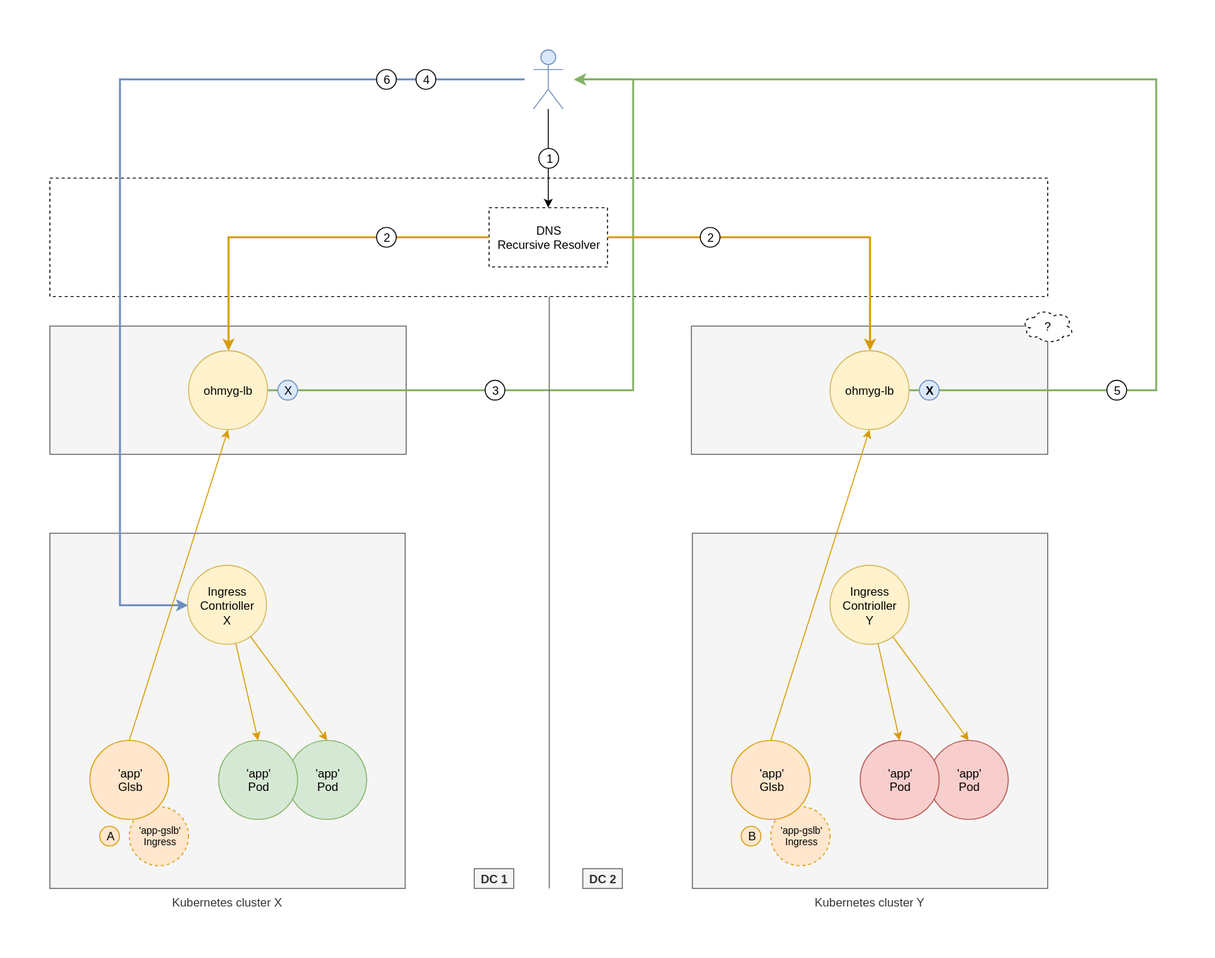
k8gb-io/k8gb keeps this draw.io diagram as docs/images/gslb-unhealthy-multi-cluster.svg. Above is the earlier version. Source tidied: cells renumbered, new cells last; positions are measured from the earlier drawing's top-left corner, leaving out a move shared by most shapes.
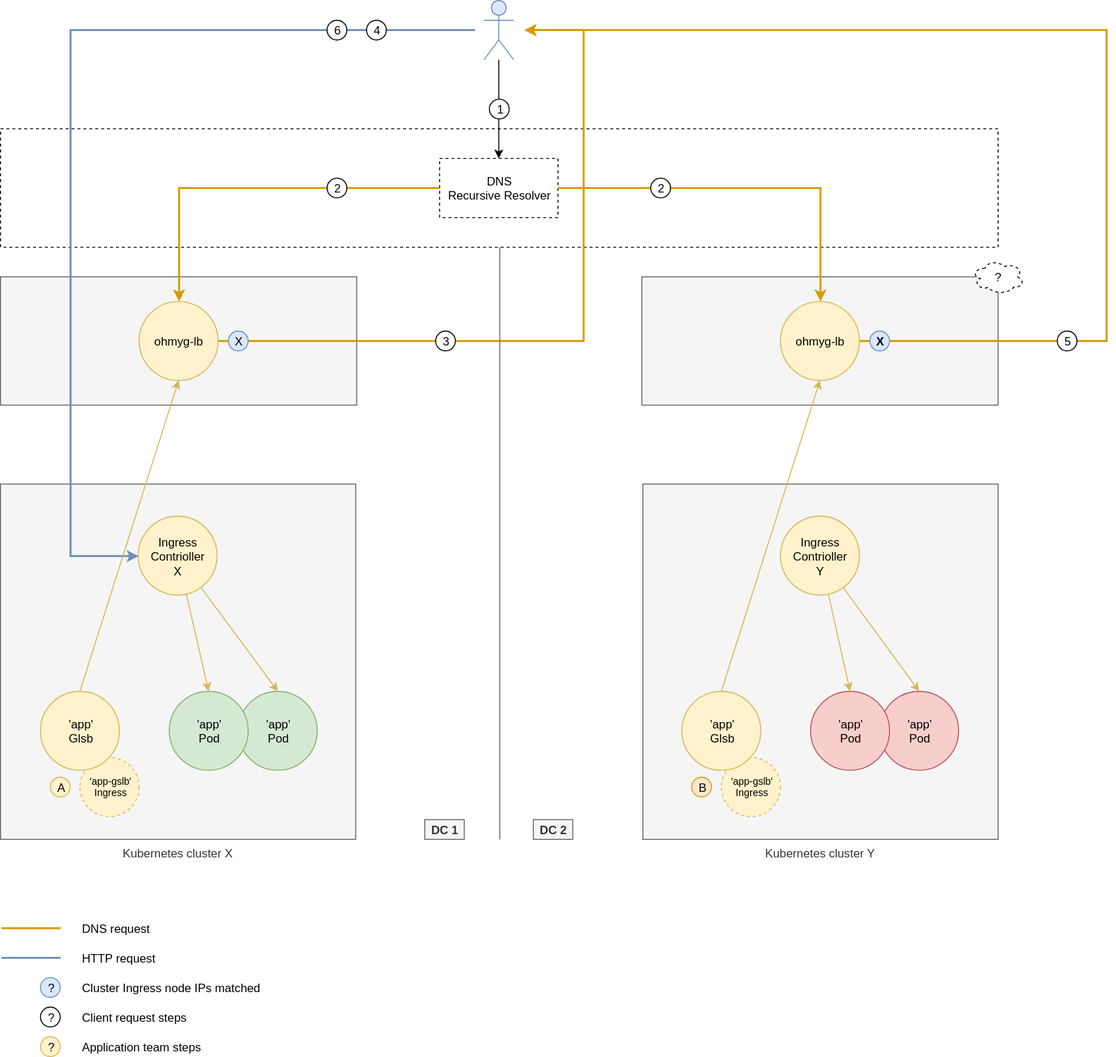
After the commit.

Change to the diagram source:
```diff
@@ -26,13 +26,13 @@
     <mxCell id="9" value="'app'&lt;br&gt;Pod" style="ellipse;whiteSpace=wrap;html=1;fillColor=#d5e8d4;strokeColor=#82b366;" parent="1" vertex="1">
       <mxGeometry x="241" y="700" width="80" height="80" as="geometry" />
     </mxCell>
-    <mxCell id="10" style="edgeStyle=none;rounded=0;jettySize=auto;html=1;entryX=0.5;entryY=0;entryDx=0;entryDy=0;fillColor=#ffe6cc;strokeColor=#d79b00;" parent="1" edge="1" source="8" target="9">
+    <mxCell id="10" style="edgeStyle=none;rounded=0;jettySize=auto;html=1;entryX=0.5;entryY=0;entryDx=0;entryDy=0;fillColor=#fff2cc;strokeColor=#d6b656;" parent="1" edge="1" source="8" target="9">
       <mxGeometry relative="1" as="geometry" />
     </mxCell>
     <mxCell id="11" value="'app'&lt;br&gt;Pod" style="ellipse;whiteSpace=wrap;html=1;fillColor=#d5e8d4;strokeColor=#82b366;" parent="1" vertex="1">
       <mxGeometry x="171" y="700" width="80" height="80" as="geometry" />
     </mxCell>
-    <mxCell id="12" style="rounded=0;jettySize=auto;html=1;entryX=0.5;entryY=0;entryDx=0;entryDy=0;fillColor=#ffe6cc;strokeColor=#d79b00;" parent="1" edge="1" source="8" target="11">
+    <mxCell id="12" style="rounded=0;jettySize=auto;html=1;entryX=0.5;entryY=0;entryDx=0;entryDy=0;fillColor=#fff2cc;strokeColor=#d6b656;" parent="1" edge="1" source="8" target="11">
       <mxGeometry relative="1" as="geometry" />
     </mxCell>
     <mxCell id="13" style="rounded=0;whiteSpace=wrap;html=1;fillColor=#f5f5f5;strokeColor=#666666;fontColor=#333333;" parent="1" vertex="1">
@@ -59,7 +59,7 @@
         </Array>
       </mxGeometry>
     </mxCell>
-    <mxCell id="19" style="edgeStyle=orthogonalEdgeStyle;rounded=0;jettySize=auto;html=1;exitX=1;exitY=0.5;exitDx=0;exitDy=0;fillColor=#d5e8d4;strokeColor=#82b366;strokeWidth=2;" parent="1" edge="1" source="14">
+    <mxCell id="19" style="edgeStyle=orthogonalEdgeStyle;rounded=0;jettySize=auto;html=1;exitX=1;exitY=0.5;exitDx=0;exitDy=0;fillColor=#ffe6cc;strokeColor=#d79b00;strokeWidth=2;" parent="1" edge="1" source="14">
       <mxGeometry relative="1" as="geometry">
         <mxPoint x="531" y="30" as="targetPoint" />
         <Array as="points">
@@ -105,16 +105,16 @@
     <mxCell id="29" value="?" style="ellipse;shape=cloud;whiteSpace=wrap;html=1;dashed=1;" parent="1" vertex="1">
       <mxGeometry x="984.5" y="262.5" width="53" height="35" as="geometry" />
     </mxCell>
-    <mxCell id="30" value="A" style="ellipse;whiteSpace=wrap;html=1;fillColor=#ffe6cc;strokeColor=#d79b00;" parent="1" vertex="1">
+    <mxCell id="30" value="A" style="ellipse;whiteSpace=wrap;html=1;fillColor=#fff2cc;strokeColor=#d6b656;" parent="1" vertex="1">
       <mxGeometry x="50.5" y="787" width="20" height="20" as="geometry" />
     </mxCell>
-    <mxCell id="31" value="'app-gslb'&lt;br style=&quot;font-size: 10px;&quot;&gt;Ingress" style="ellipse;whiteSpace=wrap;html=1;fillColor=#ffe6cc;strokeColor=#d79b00;fontSize=10;dashed=1;" parent="1" vertex="1">
+    <mxCell id="31" value="'app-gslb'&lt;br style=&quot;font-size: 10px;&quot;&gt;Ingress" style="ellipse;whiteSpace=wrap;html=1;fillColor=#fff2cc;strokeColor=#d6b656;fontSize=10;dashed=1;" parent="1" vertex="1">
       <mxGeometry x="80.5" y="767" width="60" height="60" as="geometry" />
     </mxCell>
-    <mxCell id="32" style="edgeStyle=none;rounded=0;jettySize=auto;html=1;exitX=0.5;exitY=0;exitDx=0;exitDy=0;entryX=0.5;entryY=1;entryDx=0;entryDy=0;strokeWidth=1;fontSize=10;fillColor=#ffe6cc;strokeColor=#d79b00;" parent="1" edge="1" source="33" target="14">
+    <mxCell id="32" style="edgeStyle=none;rounded=0;jettySize=auto;html=1;exitX=0.5;exitY=0;exitDx=0;exitDy=0;entryX=0.5;entryY=1;entryDx=0;entryDy=0;strokeWidth=1;fontSize=10;fillColor=#fff2cc;strokeColor=#d6b656;" parent="1" edge="1" source="33" target="14">
       <mxGeometry relative="1" as="geometry" />
     </mxCell>
-    <mxCell id="33" value="'app'&lt;br&gt;Glsb" style="ellipse;whiteSpace=wrap;html=1;fillColor=#ffe6cc;strokeColor=#d79b00;" parent="1" vertex="1">
+    <mxCell id="33" value="'app'&lt;br&gt;Glsb" style="ellipse;whiteSpace=wrap;html=1;fillColor=#fff2cc;strokeColor=#d6b656;" parent="1" vertex="1">
       <mxGeometry x="40.5" y="700" width="80" height="80" as="geometry" />
     </mxCell>
     <mxCell id="34" value="Kubernetes cluster Y" style="rounded=0;whiteSpace=wrap;html=1;fillColor=#f5f5f5;strokeColor=#666666;fontColor=#333333;labelPosition=center;verticalLabelPosition=bottom;align=center;verticalAlign=top;" parent="1" vertex="1">
@@ -126,31 +126,31 @@
     <mxCell id="36" value="'app'&lt;br&gt;Pod" style="ellipse;whiteSpace=wrap;html=1;fillColor=#f8cecc;strokeColor=#b85450;" parent="1" vertex="1">
       <mxGeometry x="891" y="700" width="80" height="80" as="geometry" />
     </mxCell>
-    <mxCell id="37" style="edgeStyle=none;rounded=0;jettySize=auto;html=1;entryX=0.5;entryY=0;entryDx=0;entryDy=0;fillColor=#ffe6cc;strokeColor=#d79b00;" parent="1" edge="1" source="35" target="36">
+    <mxCell id="37" style="edgeStyle=none;rounded=0;jettySize=auto;html=1;entryX=0.5;entryY=0;entryDx=0;entryDy=0;fillColor=#fff2cc;strokeColor=#d6b656;" parent="1" edge="1" source="35" target="36">
       <mxGeometry relative="1" as="geometry" />
     </mxCell>
     <mxCell id="38" value="'app'&lt;br&gt;Pod" style="ellipse;whiteSpace=wrap;html=1;fillColor=#f8cecc;strokeColor=#b85450;" parent="1" vertex="1">
       <mxGeometry x="821" y="700" width="80" height="80" as="geometry" />
     </mxCell>
-    <mxCell id="39" style="rounded=0;jettySize=auto;html=1;entryX=0.5;entryY=0;entryDx=0;entryDy=0;fillColor=#ffe6cc;strokeColor=#d79b00;" parent="1" edge="1" source="35" target="38">
+    <mxCell id="39" style="rounded=0;jettySize=auto;html=1;entryX=0.5;entryY=0;entryDx=0;entryDy=0;fillColor=#fff2cc;strokeColor=#d6b656;" parent="1" edge="1" source="35" target="38">
       <mxGeometry relative="1" as="geometry" />
     </mxCell>
     <mxCell id="40" value="B" style="ellipse;whiteSpace=wrap;html=1;fillColor=#ffe6cc;strokeColor=#d79b00;" parent="1" vertex="1">
       <mxGeometry x="700.5" y="787" width="20" height="20" as="geometry" />
     </mxCell>
-    <mxCell id="41" value="'app-gslb'&lt;br style=&quot;font-size: 10px;&quot;&gt;Ingress" style="ellipse;whiteSpace=wrap;html=1;fillColor=#ffe6cc;strokeColor=#d79b00;fontSize=10;dashed=1;" parent="1" vertex="1">
+    <mxCell id="41" value="'app-gslb'&lt;br style=&quot;font-size: 10px;&quot;&gt;Ingress" style="ellipse;whiteSpace=wrap;html=1;fillColor=#fff2cc;strokeColor=#d6b656;fontSize=10;dashed=1;" parent="1" vertex="1">
       <mxGeometry x="730.5" y="767" width="60" height="60" as="geometry" />
     </mxCell>
-    <mxCell id="42" value="'app'&lt;br&gt;Glsb" style="ellipse;whiteSpace=wrap;html=1;fillColor=#ffe6cc;strokeColor=#d79b00;" parent="1" vertex="1">
+    <mxCell id="42" value="'app'&lt;br&gt;Glsb" style="ellipse;whiteSpace=wrap;html=1;fillColor=#fff2cc;strokeColor=#d6b656;" parent="1" vertex="1">
       <mxGeometry x="690.5" y="700" width="80" height="80" as="geometry" />
     </mxCell>
-    <mxCell id="43" style="edgeStyle=none;rounded=0;jettySize=auto;html=1;exitX=0.5;exitY=0;exitDx=0;exitDy=0;entryX=0.5;entryY=1;entryDx=0;entryDy=0;strokeWidth=1;fontSize=10;fillColor=#ffe6cc;strokeColor=#d79b00;" parent="1" edge="1" source="42" target="17">
+    <mxCell id="43" style="edgeStyle=none;rounded=0;jettySize=auto;html=1;exitX=0.5;exitY=0;exitDx=0;exitDy=0;entryX=0.5;entryY=1;entryDx=0;entryDy=0;strokeWidth=1;fontSize=10;fillColor=#fff2cc;strokeColor=#d6b656;" parent="1" edge="1" source="42" target="17">
       <mxGeometry relative="1" as="geometry" />
     </mxCell>
     <mxCell id="44" value="2" style="ellipse;whiteSpace=wrap;html=1;fillColor=#FFFFFF;" parent="1" vertex="1">
       <mxGeometry x="659" y="180" width="20" height="20" as="geometry" />
     </mxCell>
-    <mxCell id="45" style="edgeStyle=orthogonalEdgeStyle;rounded=0;orthogonalLoop=1;jettySize=auto;html=1;fillColor=#d5e8d4;strokeColor=#82b366;strokeWidth=2;" parent="1" edge="1">
+    <mxCell id="45" style="edgeStyle=orthogonalEdgeStyle;rounded=0;orthogonalLoop=1;jettySize=auto;html=1;fillColor=#ffe6cc;strokeColor=#d79b00;strokeWidth=2;" parent="1" edge="1">
       <mxGeometry relative="1" as="geometry">
         <mxPoint x="871" y="345" as="sourcePoint" />
         <mxPoint x="531" y="30" as="targetPoint" />
@@ -170,5 +170,56 @@
     <mxCell id="48" value="4" style="ellipse;whiteSpace=wrap;html=1;fillColor=#FFFFFF;" parent="1" vertex="1">
       <mxGeometry x="371" y="20" width="20" height="20" as="geometry" />
     </mxCell>
+    <mxCell id="49" style="group;" parent="1" vertex="1">
+      <mxGeometry x="1" y="960" width="201" height="20" as="geometry" />
+    </mxCell>
+    <mxCell id="50" style="endArrow=none;html=1;fillColor=#dae8fc;strokeColor=#6c8ebf;strokeWidth=2;" parent="49" edge="1">
+      <mxGeometry relative="1" as="geometry">
+        <mxPoint y="10" as="sourcePoint" />
+        <mxPoint x="60" y="10" as="targetPoint" />
+      </mxGeometry>
+    </mxCell>
+    <mxCell id="51" value="HTTP request" style="text;html=1;strokeColor=none;fillColor=none;align=left;verticalAlign=middle;whiteSpace=wrap;rounded=0;" parent="49" vertex="1">
+      <mxGeometry x="80" width="121" height="20" as="geometry" />
+    </mxCell>
+    <mxCell id="52" style="group;" parent="1" vertex="1">
+      <mxGeometry x="1" y="930" width="201" height="20" as="geometry" />
+    </mxCell>
+    <mxCell id="53" style="endArrow=none;html=1;fillColor=#ffe6cc;strokeColor=#d79b00;strokeWidth=2;" parent="52" edge="1">
+      <mxGeometry relative="1" as="geometry">
+        <mxPoint y="10" as="sourcePoint" />
+        <mxPoint x="60" y="10" as="targetPoint" />
+      </mxGeometry>
+    </mxCell>
+    <mxCell id="54" value="DNS request" style="text;html=1;strokeColor=none;fillColor=none;align=left;verticalAlign=middle;whiteSpace=wrap;rounded=0;" parent="52" vertex="1">
+      <mxGeometry x="80" width="121" height="20" as="geometry" />
+    </mxCell>
+    <mxCell id="55" style="group;" parent="1" vertex="1">
+      <mxGeometry x="40.5" y="990" width="240.5" height="20" as="geometry" />
+    </mxCell>
+    <mxCell id="56" value="?" style="ellipse;whiteSpace=wrap;html=1;fillColor=#dae8fc;strokeColor=#6c8ebf;" parent="55" vertex="1">
+      <mxGeometry width="20" height="20" as="geometry" />
+    </mxCell>
+    <mxCell id="57" value="Cluster Ingress node IPs matched" style="text;html=1;strokeColor=none;fillColor=none;align=left;verticalAlign=middle;whiteSpace=wrap;rounded=0;" parent="55" vertex="1">
+      <mxGeometry x="40.5" width="200" height="20" as="geometry" />
+    </mxCell>
+    <mxCell id="58" style="group;" parent="1" vertex="1">
+      <mxGeometry x="40.5" y="1020" width="240.5" height="20" as="geometry" />
+    </mxCell>
+    <mxCell id="59" value="?" style="ellipse;whiteSpace=wrap;html=1;fillColor=#FFFFFF;" parent="58" vertex="1">
+      <mxGeometry width="20" height="20" as="geometry" />
+    </mxCell>
+    <mxCell id="60" value="Client request steps" style="text;html=1;strokeColor=none;fillColor=none;align=left;verticalAlign=middle;whiteSpace=wrap;rounded=0;" parent="58" vertex="1">
+      <mxGeometry x="40.5" width="200" height="20" as="geometry" />
+    </mxCell>
+    <mxCell id="61" style="group;" parent="1" vertex="1">
+      <mxGeometry x="40.5" y="1050" width="240.5" height="20" as="geometry" />
+    </mxCell>
+    <mxCell id="62" value="?" style="ellipse;whiteSpace=wrap;html=1;fillColor=#fff2cc;strokeColor=#d6b656;" parent="61" vertex="1">
+      <mxGeometry width="20" height="20" as="geometry" />
+    </mxCell>
+    <mxCell id="63" value="Application team steps" style="text;html=1;strokeColor=none;fillColor=none;align=left;verticalAlign=middle;whiteSpace=wrap;rounded=0;" parent="61" vertex="1">
+      <mxGeometry x="40.5" width="200" height="20" as="geometry" />
+    </mxCell>
   </root>
 </mxGraphModel>
```
